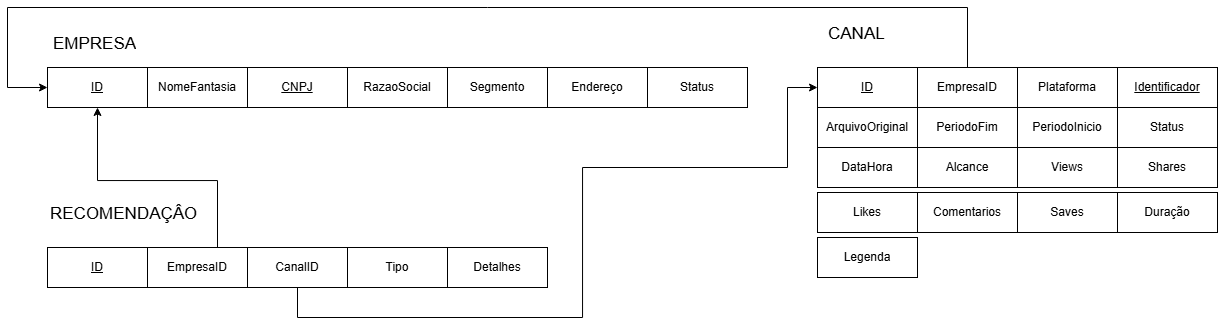
This is Documentacao/Diagramas/Diagrama de Esquema.png from JooaoPedro15/Digitalize, a draw.io export, as it was before one commit. Source tidied: cells renumbered, new cells last; positions are measured from the earlier drawing's top-left corner, leaving out a move shared by most shapes.
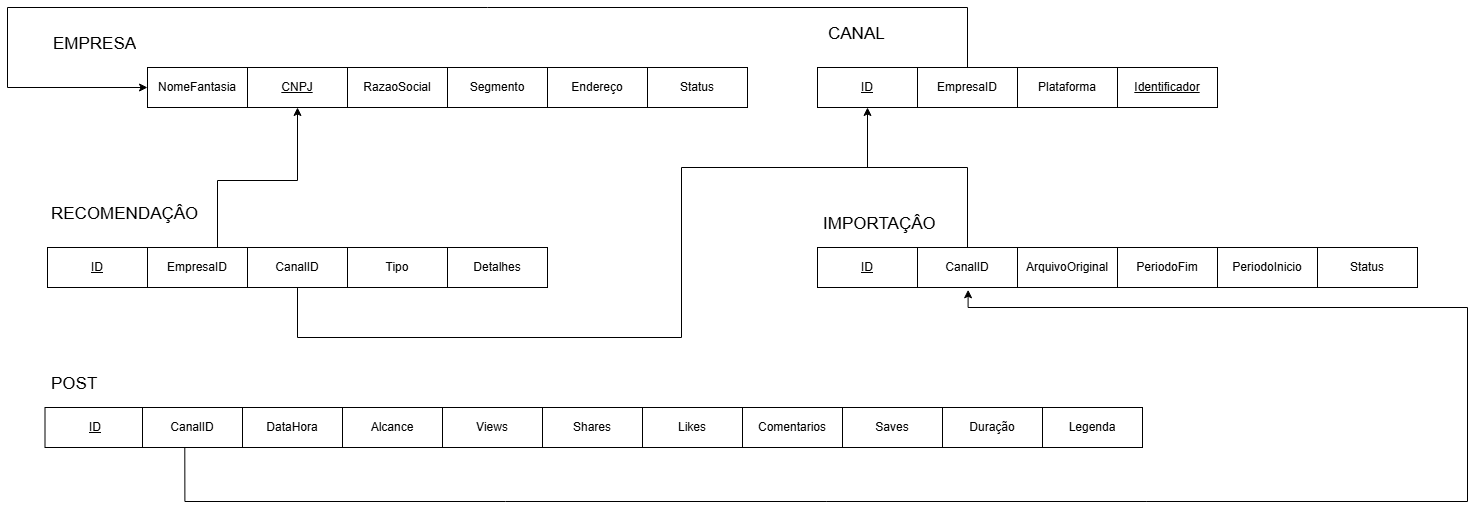
The same file after the commit.

Change to the diagram source:
```diff
@@ -17,9 +17,6 @@
     <mxCell id="6" value="Segmento" style="whiteSpace=wrap;html=1;align=center;" parent="1" vertex="1">
       <mxGeometry x="440" y="60" width="100" height="40" as="geometry" />
     </mxCell>
-    <mxCell id="7" value="&lt;u&gt;ID&lt;/u&gt;" style="whiteSpace=wrap;html=1;align=center;" parent="1" vertex="1">
-      <mxGeometry x="40" y="60" width="100" height="40" as="geometry" />
-    </mxCell>
     <mxCell id="8" value="Endereço" style="whiteSpace=wrap;html=1;align=center;" parent="1" vertex="1">
       <mxGeometry x="540" y="60" width="100" height="40" as="geometry" />
     </mxCell>
@@ -50,17 +47,6 @@
     <mxCell id="17" value="EmpresaID" style="whiteSpace=wrap;html=1;align=center;" parent="1" vertex="1">
       <mxGeometry x="140" y="240" width="100" height="40" as="geometry" />
     </mxCell>
-    <mxCell id="18" style="edgeStyle=orthogonalEdgeStyle;rounded=0;jettySize=auto;html=1;entryX=0;entryY=0.5;entryDx=0;entryDy=0;" parent="1" edge="1" source="19" target="10">
-      <mxGeometry relative="1" as="geometry">
-        <Array as="points">
-          <mxPoint x="290" y="310" />
-          <mxPoint x="575" y="310" />
-          <mxPoint x="575" y="160" />
-          <mxPoint x="780" y="160" />
-          <mxPoint x="780" y="80" />
-        </Array>
-      </mxGeometry>
-    </mxCell>
     <mxCell id="19" value="CanalID" style="whiteSpace=wrap;html=1;align=center;" parent="1" vertex="1">
       <mxGeometry x="240" y="240" width="100" height="40" as="geometry" />
     </mxCell>
@@ -70,66 +56,110 @@
     <mxCell id="21" value="Detalhes" style="whiteSpace=wrap;html=1;align=center;" parent="1" vertex="1">
       <mxGeometry x="440" y="240" width="100" height="40" as="geometry" />
     </mxCell>
+    <mxCell id="37" value="&lt;font style=&quot;font-size: 17px;&quot;&gt;IMPORTAÇÂO&lt;/font&gt;" style="text;strokeColor=none;fillColor=none;spacingLeft=4;spacingRight=4;overflow=hidden;fontSize=12;whiteSpace=wrap;html=1;" parent="1" vertex="1">
+      <mxGeometry x="810" y="200" width="160" height="30" as="geometry" />
+    </mxCell>
+    <mxCell id="38" value="&lt;u&gt;ID&lt;/u&gt;" style="whiteSpace=wrap;html=1;align=center;" parent="1" vertex="1">
+      <mxGeometry x="810" y="240" width="100" height="40" as="geometry" />
+    </mxCell>
+    <mxCell id="39" style="edgeStyle=orthogonalEdgeStyle;rounded=0;jettySize=auto;html=1;endArrow=none;endFill=0;" parent="1" edge="1" source="40">
+      <mxGeometry relative="1" as="geometry">
+        <mxPoint x="850" y="160" as="targetPoint" />
+        <Array as="points">
+          <mxPoint x="960" y="160" />
+        </Array>
+      </mxGeometry>
+    </mxCell>
+    <mxCell id="40" value="CanalID" style="whiteSpace=wrap;html=1;align=center;" parent="1" vertex="1">
+      <mxGeometry x="910" y="240" width="100" height="40" as="geometry" />
+    </mxCell>
     <mxCell id="22" value="ArquivoOriginal" style="whiteSpace=wrap;html=1;align=center;" parent="1" vertex="1">
-      <mxGeometry x="810" y="100" width="100" height="40" as="geometry" />
+      <mxGeometry x="1010" y="240" width="100" height="40" as="geometry" />
     </mxCell>
     <mxCell id="23" value="PeriodoFim" style="whiteSpace=wrap;html=1;align=center;" parent="1" vertex="1">
-      <mxGeometry x="910" y="100" width="100" height="40" as="geometry" />
+      <mxGeometry x="1110" y="240" width="100" height="40" as="geometry" />
     </mxCell>
     <mxCell id="24" value="PeriodoInicio" style="whiteSpace=wrap;html=1;align=center;" parent="1" vertex="1">
-      <mxGeometry x="1010" y="100" width="100" height="40" as="geometry" />
+      <mxGeometry x="1210" y="240" width="100" height="40" as="geometry" />
     </mxCell>
     <mxCell id="25" value="Status" style="whiteSpace=wrap;html=1;align=center;" parent="1" vertex="1">
-      <mxGeometry x="1110" y="100" width="100" height="40" as="geometry" />
+      <mxGeometry x="1310" y="240" width="100" height="40" as="geometry" />
     </mxCell>
+    <mxCell id="41" value="&lt;span style=&quot;font-size: 17px;&quot;&gt;POST&lt;span style=&quot;white-space: pre;&quot;&gt;&#9;&lt;/span&gt;&lt;/span&gt;" style="text;strokeColor=none;fillColor=none;spacingLeft=4;spacingRight=4;overflow=hidden;fontSize=12;whiteSpace=wrap;html=1;" parent="1" vertex="1">
+      <mxGeometry x="37.5" y="360" width="95" height="30" as="geometry" />
+    </mxCell>
+    <mxCell id="42" value="&lt;u&gt;ID&lt;/u&gt;" style="whiteSpace=wrap;html=1;align=center;" parent="1" vertex="1">
+      <mxGeometry x="37.5" y="400" width="100" height="40" as="geometry" />
+    </mxCell>
+    <mxCell id="43" value="CanalID" style="whiteSpace=wrap;html=1;align=center;" parent="1" vertex="1">
+      <mxGeometry x="135" y="400" width="100" height="40" as="geometry" />
+    </mxCell>
     <mxCell id="26" value="DataHora" style="whiteSpace=wrap;html=1;align=center;" parent="1" vertex="1">
-      <mxGeometry x="810" y="140" width="100" height="40" as="geometry" />
+      <mxGeometry x="235" y="400" width="100" height="40" as="geometry" />
     </mxCell>
     <mxCell id="27" value="Alcance" style="whiteSpace=wrap;html=1;align=center;" parent="1" vertex="1">
-      <mxGeometry x="910" y="140" width="100" height="40" as="geometry" />
+      <mxGeometry x="335" y="400" width="100" height="40" as="geometry" />
     </mxCell>
     <mxCell id="28" value="Views" style="whiteSpace=wrap;html=1;align=center;" parent="1" vertex="1">
-      <mxGeometry x="1010" y="140" width="100" height="40" as="geometry" />
+      <mxGeometry x="435" y="400" width="100" height="40" as="geometry" />
     </mxCell>
     <mxCell id="29" value="Shares" style="whiteSpace=wrap;html=1;align=center;" parent="1" vertex="1">
-      <mxGeometry x="1110" y="140" width="100" height="40" as="geometry" />
+      <mxGeometry x="535" y="400" width="100" height="40" as="geometry" />
     </mxCell>
     <mxCell id="30" value="Likes" style="whiteSpace=wrap;html=1;align=center;" parent="1" vertex="1">
-      <mxGeometry x="810" y="185" width="100" height="40" as="geometry" />
+      <mxGeometry x="635" y="400" width="100" height="40" as="geometry" />
     </mxCell>
     <mxCell id="31" value="Comentarios" style="whiteSpace=wrap;html=1;align=center;" parent="1" vertex="1">
-      <mxGeometry x="910" y="185" width="100" height="40" as="geometry" />
+      <mxGeometry x="735" y="400" width="100" height="40" as="geometry" />
     </mxCell>
     <mxCell id="32" value="Saves" style="whiteSpace=wrap;html=1;align=center;" parent="1" vertex="1">
-      <mxGeometry x="1010" y="185" width="100" height="40" as="geometry" />
+      <mxGeometry x="835" y="400" width="100" height="40" as="geometry" />
     </mxCell>
     <mxCell id="33" value="Duração" style="whiteSpace=wrap;html=1;align=center;" parent="1" vertex="1">
-      <mxGeometry x="1110" y="185" width="100" height="40" as="geometry" />
+      <mxGeometry x="935" y="400" width="100" height="40" as="geometry" />
     </mxCell>
     <mxCell id="34" value="Legenda" style="whiteSpace=wrap;html=1;align=center;" parent="1" vertex="1">
-      <mxGeometry x="810" y="230" width="100" height="40" as="geometry" />
+      <mxGeometry x="1035" y="400" width="100" height="40" as="geometry" />
     </mxCell>
-    <mxCell id="35" style="endArrow=none;html=1;rounded=0;exitX=0.5;exitY=0.925;exitDx=0;exitDy=0;endFill=0;startArrow=classic;startFill=1;edgeStyle=orthogonalEdgeStyle;exitPerimeter=0;" parent="1" edge="1">
+    <mxCell id="35" style="endArrow=none;html=1;rounded=0;exitX=0.5;exitY=1;exitDx=0;exitDy=0;endFill=0;startArrow=classic;startFill=1;edgeStyle=orthogonalEdgeStyle;" parent="1" edge="1" source="4">
       <mxGeometry relative="1" as="geometry">
-        <mxPoint x="90" y="100" as="sourcePoint" />
         <mxPoint x="210" y="240" as="targetPoint" />
         <Array as="points">
-          <mxPoint x="90" y="173" />
+          <mxPoint x="290" y="173" />
           <mxPoint x="210" y="173" />
         </Array>
       </mxGeometry>
     </mxCell>
+    <mxCell id="44" style="endArrow=none;html=1;rounded=0;endFill=0;startArrow=classic;startFill=1;edgeStyle=orthogonalEdgeStyle;entryX=0.66;entryY=1.014;entryDx=0;entryDy=0;entryPerimeter=0;exitX=0.5;exitY=1;exitDx=0;exitDy=0;" parent="1" edge="1" source="10">
+      <mxGeometry relative="1" as="geometry">
+        <mxPoint x="290" y="280.6" as="targetPoint" />
+        <Array as="points">
+          <mxPoint x="860" y="160" />
+          <mxPoint x="674" y="160" />
+          <mxPoint x="674" y="330" />
+          <mxPoint x="290" y="330" />
+        </Array>
+      </mxGeometry>
+    </mxCell>
-    <mxCell id="36" style="endArrow=none;html=1;rounded=0;endFill=0;startArrow=classic;startFill=1;edgeStyle=orthogonalEdgeStyle;" parent="1" edge="1">
+    <mxCell id="36" style="endArrow=none;html=1;rounded=0;endFill=0;startArrow=classic;startFill=1;edgeStyle=orthogonalEdgeStyle;exitX=0;exitY=0.5;exitDx=0;exitDy=0;" parent="1" edge="1" source="2">
       <mxGeometry relative="1" as="geometry">
-        <mxPoint x="40" y="80" as="sourcePoint" />
         <mxPoint x="960" y="60" as="targetPoint" />
         <Array as="points">
-          <mxPoint x="40" y="80" />
           <mxPoint y="80" />
           <mxPoint />
           <mxPoint x="960" />
         </Array>
       </mxGeometry>
     </mxCell>
+    <mxCell id="45" style="endArrow=none;html=1;rounded=0;endFill=0;startArrow=classic;startFill=1;edgeStyle=orthogonalEdgeStyle;entryX=0.423;entryY=1.007;entryDx=0;entryDy=0;entryPerimeter=0;exitX=0.506;exitY=1.057;exitDx=0;exitDy=0;exitPerimeter=0;" parent="1" edge="1" source="40" target="43">
+      <mxGeometry relative="1" as="geometry">
+        <Array as="points">
+          <mxPoint x="961" y="300" />
+          <mxPoint x="1460" y="300" />
+          <mxPoint x="1460" y="494" />
+          <mxPoint x="177" y="494" />
+        </Array>
+      </mxGeometry>
+    </mxCell>
   </root>
 </mxGraphModel>
```
